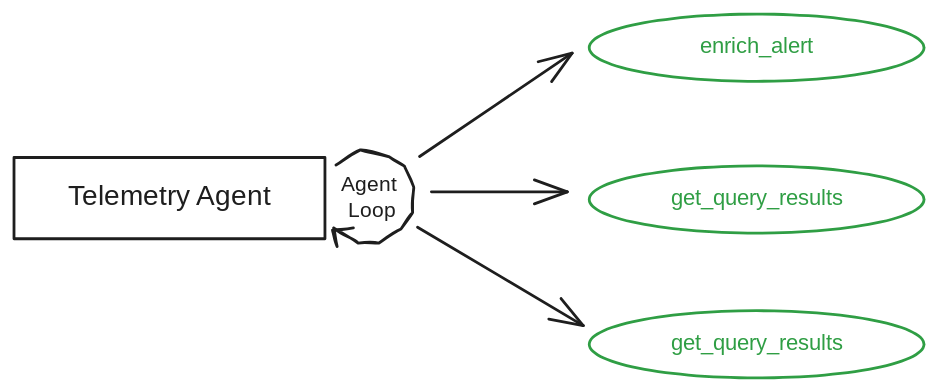
oiva-app/oiva-app.github.io keeps this Excalidraw diagram as src/assets/figures/700-agent/771-after-enrich-alert-tool.excalidraw.svg. Above is the earlier version. Source tidied: one line per element, renumbered; positions are measured from the earlier drawing's top-left corner, leaving out a move shared by most shapes. Its diagram source:
```json
{"id": 0, "type": "rectangle", "strokeColor": "#1e1e1e", "strokeWidth": 2, "roughness": 0, "x": 0, "y": 102, "width": 222, "height": 58}
{"id": 1, "type": "text", "text": "Telemetry Agent", "strokeColor": "#1e1e1e", "strokeWidth": 2, "roughness": 1, "fontSize": 20, "fontFamily": 8, "textAlign": "center", "verticalAlign": "middle", "inside": 0, "x": 29, "y": 119, "width": 165, "height": 25}
{"id": 2, "type": "line", "strokeColor": "#1e1e1e", "strokeWidth": 2, "roughness": 1, "endArrowhead": "triangle", "x": 230, "y": 108, "width": 58, "height": 69, "points": [[0, 0], [17, -11], [38, -6], [49, 1], [56, 16], [55, 34], [46, 46], [31, 56], [16, 56], [-2, 45], [1, 58], [-2, 47], [12, 45]]}
{"id": 3, "type": "text", "text": "Agent \nLoop", "strokeColor": "#1e1e1e", "strokeWidth": 2, "roughness": 1, "fontSize": 15, "fontFamily": 8, "textAlign": "center", "x": 231, "y": 113, "width": 50, "height": 38}
{"id": 4, "type": "ellipse", "strokeColor": "#2f9e44", "strokeWidth": 2, "roughness": 0, "round": true, "x": 411, "y": 0, "width": 239, "height": 48}
{"id": 5, "type": "text", "text": "enrich_alert", "strokeColor": "#2f9e44", "strokeWidth": 2, "roughness": 1, "fontSize": 16, "fontFamily": 8, "textAlign": "center", "verticalAlign": "middle", "inside": 4, "x": 477, "y": 14, "width": 106, "height": 20}
{"id": 6, "type": "ellipse", "strokeColor": "#2f9e44", "strokeWidth": 2, "roughness": 0, "round": true, "x": 411, "y": 108, "width": 239, "height": 48}
{"id": 7, "type": "text", "text": "get_query_results", "strokeColor": "#2f9e44", "strokeWidth": 2, "roughness": 1, "fontSize": 16, "fontFamily": 8, "textAlign": "center", "verticalAlign": "middle", "inside": 6, "x": 455, "y": 122, "width": 150, "height": 20}
{"id": 8, "type": "ellipse", "strokeColor": "#2f9e44", "strokeWidth": 2, "roughness": 0, "round": true, "x": 411, "y": 212, "width": 239, "height": 48}
{"id": 9, "type": "text", "text": "get_query_results", "strokeColor": "#2f9e44", "strokeWidth": 2, "roughness": 1, "fontSize": 16, "fontFamily": 8, "textAlign": "center", "verticalAlign": "middle", "inside": 8, "x": 455, "y": 226, "width": 150, "height": 20}
{"id": 10, "type": "arrow", "strokeColor": "#1e1e1e", "strokeWidth": 2, "roughness": 0, "endArrowhead": "arrow", "round": true, "from": 3, "to": 4, "x": 290, "y": 102, "width": 109, "height": 74, "points": [[0, 0], [109, -74]]}
{"id": 11, "type": "arrow", "strokeColor": "#1e1e1e", "strokeWidth": 2, "roughness": 0, "endArrowhead": "arrow", "round": true, "x": 298, "y": 127, "width": 97, "height": 0, "points": [[0, 0], [97, 0]]}
{"id": 12, "type": "arrow", "strokeColor": "#1e1e1e", "strokeWidth": 2, "roughness": 0, "endArrowhead": "arrow", "round": true, "from": 3, "to": 8, "x": 288, "y": 152, "width": 118, "height": 70, "points": [[0, 0], [118, 70]]}
```
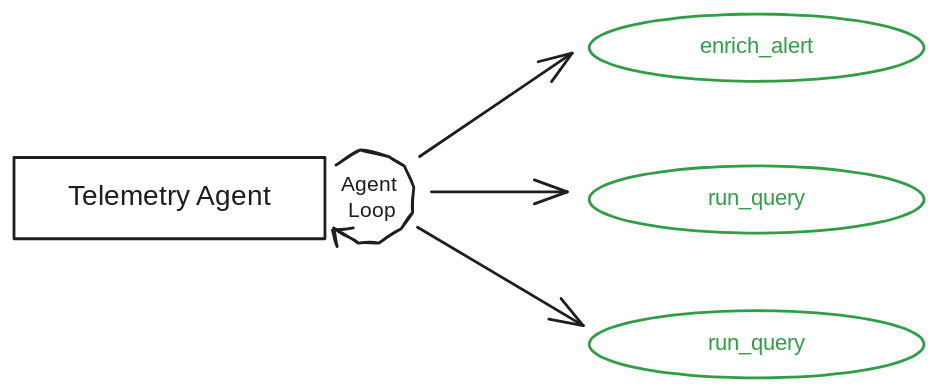
After the change.

What changed in the source:
```diff
@@ -5,9 +5,9 @@
 {"id": 4, "type": "ellipse", "strokeColor": "#2f9e44", "strokeWidth": 2, "roughness": 0, "round": true, "x": 411, "y": 0, "width": 239, "height": 48}
 {"id": 5, "type": "text", "text": "enrich_alert", "strokeColor": "#2f9e44", "strokeWidth": 2, "roughness": 1, "fontSize": 16, "fontFamily": 8, "textAlign": "center", "verticalAlign": "middle", "inside": 4, "x": 477, "y": 14, "width": 106, "height": 20}
 {"id": 6, "type": "ellipse", "strokeColor": "#2f9e44", "strokeWidth": 2, "roughness": 0, "round": true, "x": 411, "y": 108, "width": 239, "height": 48}
-{"id": 7, "type": "text", "text": "get_query_results", "strokeColor": "#2f9e44", "strokeWidth": 2, "roughness": 1, "fontSize": 16, "fontFamily": 8, "textAlign": "center", "verticalAlign": "middle", "inside": 6, "x": 455, "y": 122, "width": 150, "height": 20}
+{"id": 7, "type": "text", "text": "run_query", "strokeColor": "#2f9e44", "strokeWidth": 2, "roughness": 1, "fontSize": 16, "fontFamily": 8, "textAlign": "center", "verticalAlign": "middle", "inside": 6, "x": 491, "y": 122, "width": 79, "height": 20}
 {"id": 8, "type": "ellipse", "strokeColor": "#2f9e44", "strokeWidth": 2, "roughness": 0, "round": true, "x": 411, "y": 212, "width": 239, "height": 48}
-{"id": 9, "type": "text", "text": "get_query_results", "strokeColor": "#2f9e44", "strokeWidth": 2, "roughness": 1, "fontSize": 16, "fontFamily": 8, "textAlign": "center", "verticalAlign": "middle", "inside": 8, "x": 455, "y": 226, "width": 150, "height": 20}
+{"id": 9, "type": "text", "text": "run_query", "strokeColor": "#2f9e44", "strokeWidth": 2, "roughness": 1, "fontSize": 16, "fontFamily": 8, "textAlign": "center", "verticalAlign": "middle", "inside": 8, "x": 491, "y": 226, "width": 79, "height": 20}
 {"id": 10, "type": "arrow", "strokeColor": "#1e1e1e", "strokeWidth": 2, "roughness": 0, "endArrowhead": "arrow", "round": true, "from": 3, "to": 4, "x": 290, "y": 102, "width": 109, "height": 74, "points": [[0, 0], [109, -74]]}
 {"id": 11, "type": "arrow", "strokeColor": "#1e1e1e", "strokeWidth": 2, "roughness": 0, "endArrowhead": "arrow", "round": true, "x": 298, "y": 127, "width": 97, "height": 0, "points": [[0, 0], [97, 0]]}
 {"id": 12, "type": "arrow", "strokeColor": "#1e1e1e", "strokeWidth": 2, "roughness": 0, "endArrowhead": "arrow", "round": true, "from": 3, "to": 8, "x": 288, "y": 152, "width": 118, "height": 70, "points": [[0, 0], [118, 70]]}
```
